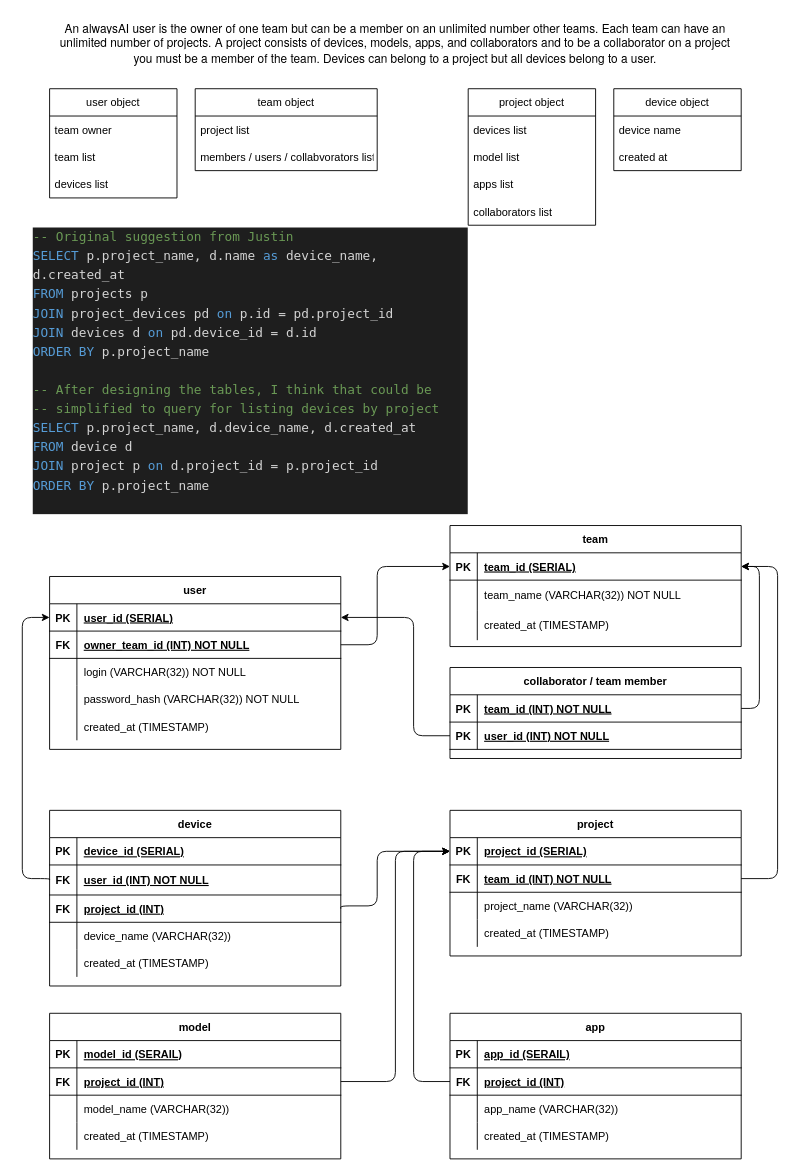
This is page "DB design" (1 of 2) of docs/aai_db_tables.drawio from alexbigkid/aai_job, a draw.io file, before an edit. Source tidied: cells renumbered, new cells numbered last; positions are measured from the earlier drawing's top-left corner, leaving out a move shared by most shapes. Both pictures are drawn from the tidied source at 91%, with x=0, y=0 at pixel (22, 15).
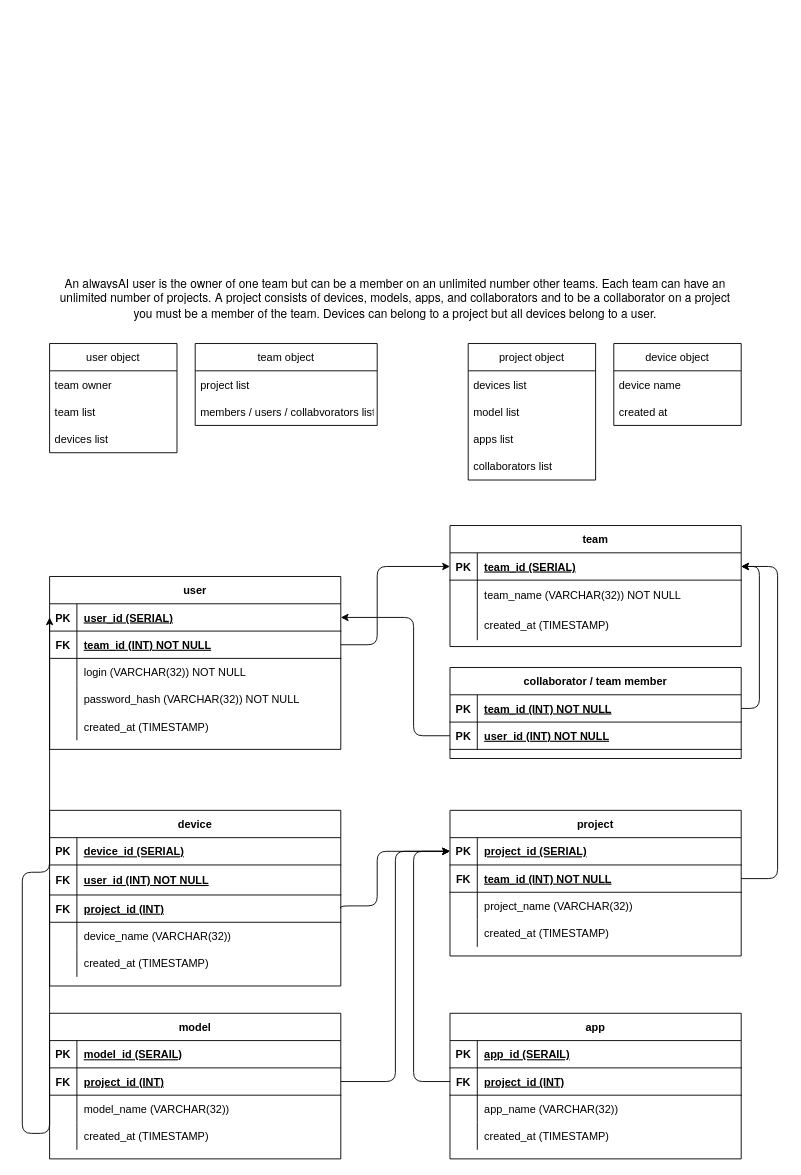
Above is the later version.

The change refers to these unchanged cells:
```xml
<mxCell id="3" style="shape=partialRectangle;fillColor=none;top=0;left=0;bottom=1;right=0;points=[[0,0.5],[1,0.5]];portConstraint=eastwest;" parent="2" vertex="1">
  <mxGeometry y="30" width="320" height="30" as="geometry" />
</mxCell>
<mxCell id="6" style="shape=partialRectangle;fillColor=none;top=0;left=0;bottom=1;right=0;points=[[0,0.5],[1,0.5]];portConstraint=eastwest;" parent="2" vertex="1">
  <mxGeometry y="60" width="320" height="30" as="geometry" />
</mxCell>
<mxCell id="47" style="shape=partialRectangle;fillColor=none;top=0;left=0;bottom=1;right=0;points=[[0,0.5],[1,0.5]];portConstraint=eastwest;" parent="43" vertex="1">
  <mxGeometry y="60" width="320" height="33" as="geometry" />
</mxCell>
```

Diff of the diagram source:
```diff
@@
-    <mxCell id="8" value="owner_team_id (INT) NOT NULL" style="shape=partialRectangle;fillColor=none;top=0;left=0;bottom=0;right=0;align=left;spacingLeft=6;fontStyle=5;overflow=hidden;" parent="6" vertex="1">
+    <mxCell id="8" value="team_id (INT) NOT NULL" style="shape=partialRectangle;fillColor=none;top=0;left=0;bottom=0;right=0;align=left;spacingLeft=6;fontStyle=5;overflow=hidden;" parent="6" vertex="1">
       <mxGeometry x="30" width="290" height="30" as="geometry" />
     </mxCell>
@@
     <mxCell id="41" value="&lt;span style=&quot;color: rgb(0 , 0 , 0) ; font-family: &amp;#34;helvetica neue&amp;#34; ; font-size: 13px ; background-color: rgb(255 , 255 , 255)&quot;&gt;An alwaysAI user is the owner of one team but can be a member on an unlimited number other teams. Each team can have an unlimited number of projects. A project consists of devices, models, apps, and collaborators and to be a collaborator on a project you must be a member of the team. Devices can belong to a project but all devices belong to a user.&lt;/span&gt;" style="text;html=1;strokeColor=none;fillColor=none;align=center;verticalAlign=middle;whiteSpace=wrap;rounded=0;" parent="1" vertex="1">
-      <mxGeometry x="30" width="760" height="60" as="geometry" />
+      <mxGeometry x="30" y="280" width="760" height="60" as="geometry" />
     </mxCell>
@@
     <mxCell id="59" style="edgeStyle=orthogonalEdgeStyle;html=1;exitX=0;exitY=0.5;exitDx=0;exitDy=0;entryX=0;entryY=0.5;entryDx=0;entryDy=0;" parent="1" edge="1" source="47" target="3">
       <mxGeometry relative="1" as="geometry">
         <Array as="points">
-          <mxPoint y="948" />
-          <mxPoint y="661" />
+          <mxPoint y="1228" />
+          <mxPoint y="941" />
         </Array>
       </mxGeometry>
     </mxCell>
     <mxCell id="60" value="user object" style="swimlane;fontStyle=0;horizontal=1;startSize=30;" parent="1" vertex="1">
-      <mxGeometry x="30" y="80" width="140" height="120" as="geometry" />
+      <mxGeometry x="30" y="360" width="140" height="120" as="geometry" />
     </mxCell>
@@
     <mxCell id="64" value="project object" style="swimlane;fontStyle=0;horizontal=1;startSize=30;" parent="1" vertex="1">
-      <mxGeometry x="490" y="80" width="140" height="150" as="geometry" />
+      <mxGeometry x="490" y="360" width="140" height="150" as="geometry" />
     </mxCell>
@@
     <mxCell id="69" value="team object" style="swimlane;fontStyle=0;horizontal=1;startSize=30;" parent="1" vertex="1">
-      <mxGeometry x="190" y="80" width="200" height="90" as="geometry" />
+      <mxGeometry x="190" y="360" width="200" height="90" as="geometry" />
     </mxCell>
@@
     <mxCell id="72" value="device object" style="swimlane;fontStyle=0;horizontal=1;startSize=30;" parent="1" vertex="1">
-      <mxGeometry x="650" y="80" width="140" height="90" as="geometry" />
+      <mxGeometry x="650" y="360" width="140" height="90" as="geometry" />
     </mxCell>
@@
-    <mxCell id="114" value="&lt;div style=&quot;color: rgb(212 , 212 , 212) ; background-color: rgb(30 , 30 , 30) ; font-family: &amp;quot;cascadia code pl&amp;quot; , &amp;quot;menlo&amp;quot; , &amp;quot;monaco&amp;quot; , &amp;quot;courier new&amp;quot; , monospace , &amp;quot;menlo&amp;quot; , &amp;quot;monaco&amp;quot; , &amp;quot;courier new&amp;quot; , monospace ; font-size: 14px ; line-height: 21px&quot;&gt;&lt;div&gt;&lt;span style=&quot;color: #6a9955&quot;&gt;-- Original suggestion from Justin&lt;/span&gt;&lt;/div&gt;&lt;div&gt;&lt;span style=&quot;color: #569cd6&quot;&gt;SELECT&lt;/span&gt; p.project_name, d.name &lt;span style=&quot;color: #569cd6&quot;&gt;as&lt;/span&gt; device_name, d.created_at&lt;/div&gt;&lt;div&gt;&lt;span style=&quot;color: #569cd6&quot;&gt;FROM&lt;/span&gt; projects p&lt;/div&gt;&lt;div&gt;&lt;span style=&quot;color: #569cd6&quot;&gt;JOIN&lt;/span&gt; project_devices pd &lt;span style=&quot;color: #569cd6&quot;&gt;on&lt;/span&gt; p.id = pd.project_id&lt;/div&gt;&lt;div&gt;&lt;span style=&quot;color: #569cd6&quot;&gt;JOIN&lt;/span&gt; devices d &lt;span style=&quot;color: #569cd6&quot;&gt;on&lt;/span&gt; pd.device_id = d.id&lt;/div&gt;&lt;div&gt;&lt;span style=&quot;color: #569cd6&quot;&gt;ORDER BY&lt;/span&gt; p.project_name&lt;/div&gt;&lt;br&gt;&lt;div&gt;&lt;span style=&quot;color: #6a9955&quot;&gt;-- After designing the tables, I think that could be&lt;/span&gt;&lt;/div&gt;&lt;div&gt;&lt;span style=&quot;color: #6a9955&quot;&gt;-- simplified to query for listing devices by project&lt;/span&gt;&lt;/div&gt;&lt;div&gt;&lt;span style=&quot;color: #569cd6&quot;&gt;SELECT&lt;/span&gt; p.project_name, d.device_name, d.created_at&lt;/div&gt;&lt;div&gt;&lt;span style=&quot;color: #569cd6&quot;&gt;FROM&lt;/span&gt; device d&lt;/div&gt;&lt;div&gt;&lt;span style=&quot;color: #569cd6&quot;&gt;JOIN&lt;/span&gt; project p &lt;span style=&quot;color: #569cd6&quot;&gt;on&lt;/span&gt; d.project_id = p.project_id&lt;/div&gt;&lt;div&gt;&lt;span style=&quot;color: #569cd6&quot;&gt;ORDER BY&lt;/span&gt; p.project_name&lt;/div&gt;&lt;br&gt;&lt;/div&gt;" style="text;html=1;strokeColor=none;fillColor=none;align=left;verticalAlign=middle;whiteSpace=wrap;rounded=0;" parent="1" vertex="1">
-      <mxGeometry x="10" y="240" width="480" height="300" as="geometry" />
-    </mxCell>
```
